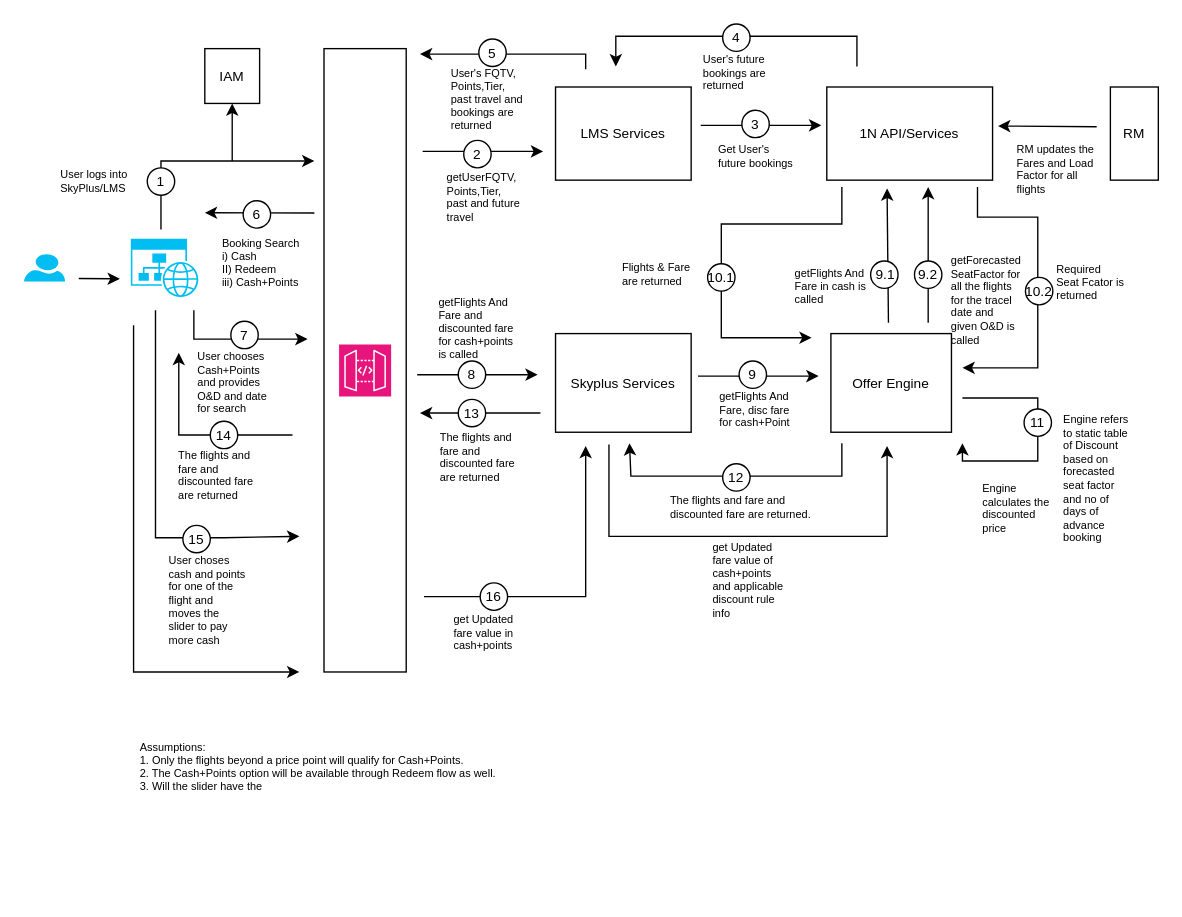
The draw.io diagram page "Page-1" (1 of 2) of Copy of Copy of LM Data Flow.drawio in nchauhan4/drawings, before the edit. Source tidied: cells renumbered, new cells numbered last; positions are measured from the earlier drawing's top-left corner, leaving out a move shared by most shapes. Both pictures are drawn from the tidied source at 137%, with x=0, y=0 at pixel (23, 23).
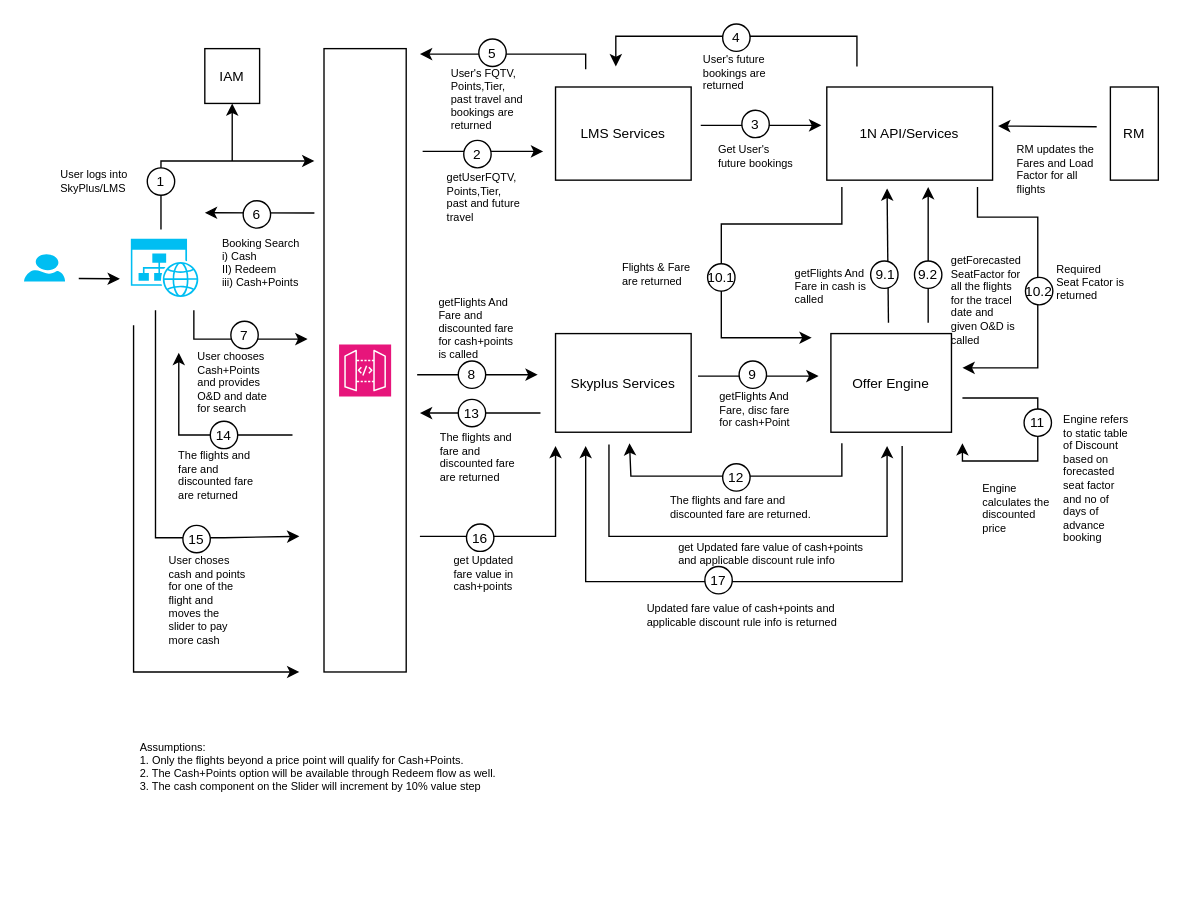
After the change.

What changed in the source:
```diff
@@
-    <mxCell id="82" value="Assumptions:&lt;br&gt;1. Only the flights beyond a price point will qualify for Cash+Points.&lt;br&gt;2. The Cash+Points option will be available through Redeem flow as well.&lt;br&gt;3. Will the slider have the&amp;nbsp;" style="text;html=1;strokeColor=none;fillColor=none;align=left;verticalAlign=top;whiteSpace=wrap;rounded=0;fontSize=8;" parent="1" vertex="1">
+    <mxCell id="82" value="Assumptions:&lt;br&gt;1. Only the flights beyond a price point will qualify for Cash+Points.&lt;br&gt;2. The Cash+Points option will be available through Redeem flow as well.&lt;br&gt;3. The cash component on the Slider will increment by 10% value step&amp;nbsp; &amp;nbsp;" style="text;html=1;strokeColor=none;fillColor=none;align=left;verticalAlign=top;whiteSpace=wrap;rounded=0;fontSize=8;" parent="1" vertex="1">
       <mxGeometry x="83" y="517" width="275.2" height="117" as="geometry" />
     </mxCell>
@@
     <mxCell id="90" style="endArrow=classic;html=1;rounded=0;" parent="1" edge="1">
       <mxGeometry relative="1" as="geometry">
-        <mxPoint x="292" y="418" as="sourcePoint" />
-        <mxPoint x="410" y="308" as="targetPoint" />
+        <mxPoint x="289" y="374" as="sourcePoint" />
+        <mxPoint x="388" y="308" as="targetPoint" />
         <Array as="points">
-          <mxPoint x="410" y="418" />
+          <mxPoint x="333" y="374" />
+          <mxPoint x="388" y="374" />
         </Array>
       </mxGeometry>
     </mxCell>
     <mxCell id="91" style="ellipse;whiteSpace=wrap;html=1;" parent="1" vertex="1">
-      <mxGeometry x="333" y="408" width="20" height="20" as="geometry" />
+      <mxGeometry x="323" y="365" width="20" height="20" as="geometry" />
     </mxCell>
     <mxCell id="92" value="&lt;font style=&quot;font-size: 10px;&quot;&gt;16&lt;/font&gt;" style="text;html=1;strokeColor=none;fillColor=none;align=center;verticalAlign=middle;whiteSpace=wrap;rounded=0;" parent="1" vertex="1">
-      <mxGeometry x="328" y="408" width="30" height="20" as="geometry" />
+      <mxGeometry x="318" y="365" width="30" height="20" as="geometry" />
     </mxCell>
     <mxCell id="93" value="get Updated fare value in cash+points" style="text;html=1;strokeColor=none;fillColor=none;align=left;verticalAlign=top;whiteSpace=wrap;rounded=0;fontSize=8;" parent="1" vertex="1">
-      <mxGeometry x="311.8" y="424" width="58.5" height="38" as="geometry" />
+      <mxGeometry x="311.8" y="381" width="58.5" height="38" as="geometry" />
     </mxCell>
@@
     <mxCell id="95" value="get Updated fare value of cash+points and applicable discount rule info" style="text;html=1;strokeColor=none;fillColor=none;align=left;verticalAlign=top;whiteSpace=wrap;rounded=0;fontSize=8;" parent="1" vertex="1">
-      <mxGeometry x="500.8" y="371" width="58.5" height="79" as="geometry" />
+      <mxGeometry x="476" y="371" width="143" height="25" as="geometry" />
     </mxCell>
+    <mxCell id="96" style="endArrow=classic;html=1;rounded=0;" parent="1" edge="1">
+      <mxGeometry relative="1" as="geometry">
+        <mxPoint x="641" y="308" as="sourcePoint" />
+        <mxPoint x="410" y="308" as="targetPoint" />
+        <Array as="points">
+          <mxPoint x="641" y="407" />
+          <mxPoint x="542" y="407" />
+          <mxPoint x="410" y="407" />
+        </Array>
+      </mxGeometry>
+    </mxCell>
+    <mxCell id="97" value="Updated fare value of cash+points and applicable discount rule info is returned" style="text;html=1;strokeColor=none;fillColor=none;align=left;verticalAlign=top;whiteSpace=wrap;rounded=0;fontSize=8;" parent="1" vertex="1">
+      <mxGeometry x="453" y="416" width="143" height="25" as="geometry" />
+    </mxCell>
+    <mxCell id="98" style="ellipse;whiteSpace=wrap;html=1;" parent="1" vertex="1">
+      <mxGeometry x="497" y="396" width="20" height="20" as="geometry" />
+    </mxCell>
+    <mxCell id="99" value="&lt;font style=&quot;font-size: 10px;&quot;&gt;17&lt;/font&gt;" style="text;html=1;strokeColor=none;fillColor=none;align=center;verticalAlign=middle;whiteSpace=wrap;rounded=0;" parent="1" vertex="1">
+      <mxGeometry x="492" y="396" width="30" height="20" as="geometry" />
+    </mxCell>
```
